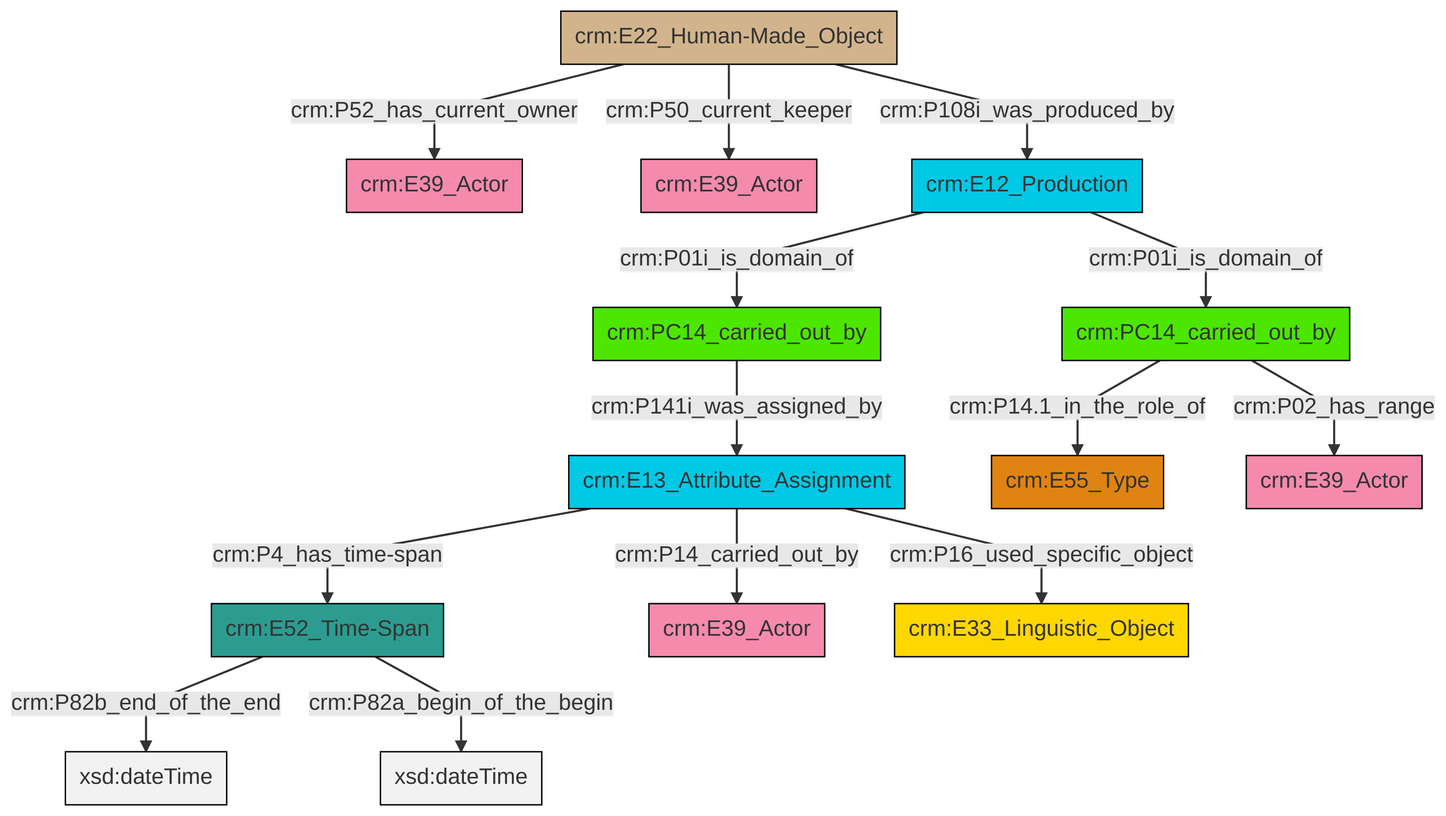
This is et/carrierCSV/ttl/mmd/png/carrier_relations.png from swiss-art-research-net/docs.swissartresearch, a Mermaid export, as it was before one commit. Its source is kept beside it as et/carrierCSV/ttl/mmd/carrier_relations.ttl.mmd.
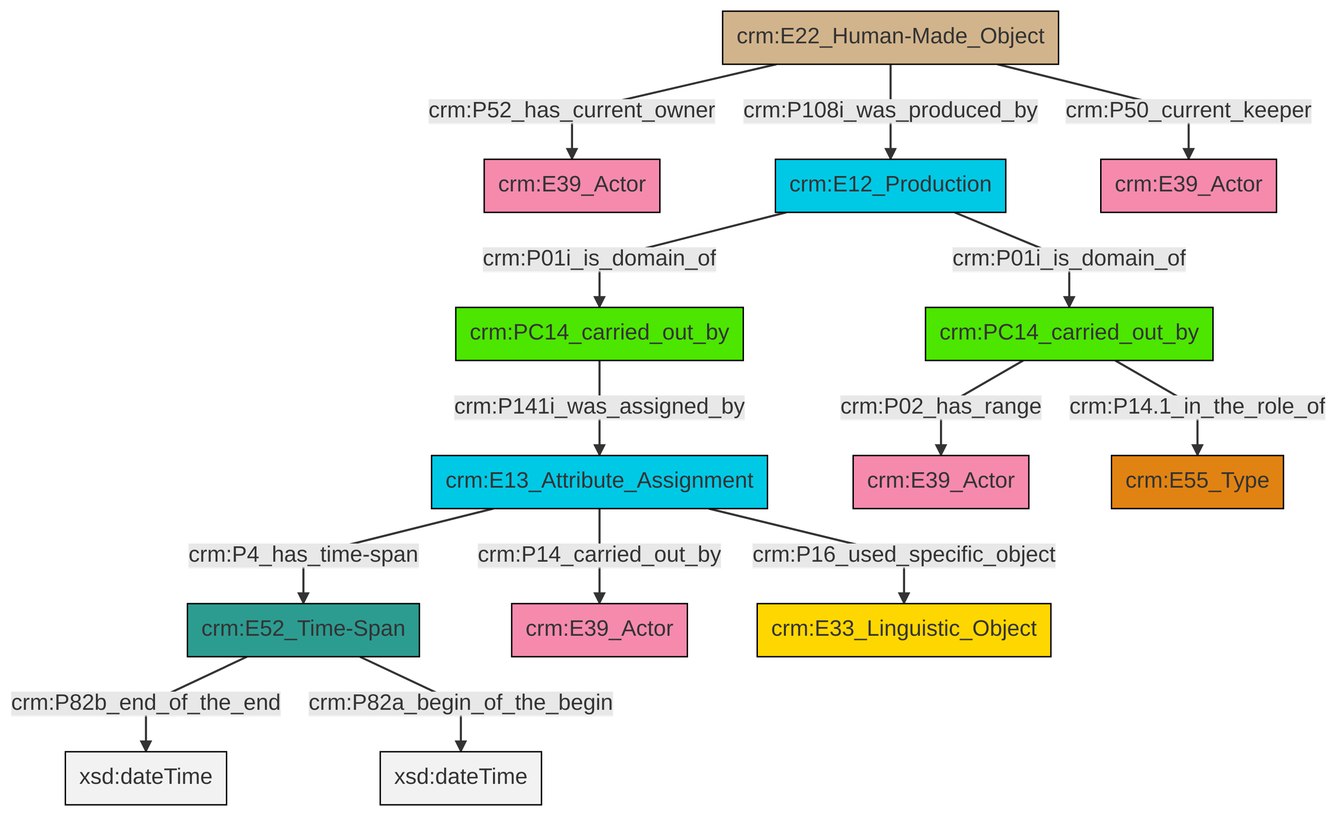
After the commit.

What changed in the source:
```diff
@@ -13,16 +13,16 @@
 classDef PC_Classes fill:#4ce600, stroke:#000000;
 classDef Multi fill:#cccccc,stroke:#000000;
 
-0["crm:E22_Human-Made_Object"]:::Physical_Thing -->|crm:P52_has_current_owner| 1["crm:E39_Actor"]:::Actor
-2["crm:E13_Attribute_Assignment"]:::Temporal_Entity -->|crm:P4_has_time-span| 3["crm:E52_Time-Span"]:::Time-Span
-4["crm:PC14_carried_out_by"]:::PC_Classes -->|crm:P14.1_in_the_role_of| 5["crm:E55_Type"]:::Type
-0["crm:E22_Human-Made_Object"]:::Physical_Thing -->|crm:P50_current_keeper| 7["crm:E39_Actor"]:::Actor
-11["crm:PC14_carried_out_by"]:::PC_Classes -->|crm:P141i_was_assigned_by| 2["crm:E13_Attribute_Assignment"]:::Temporal_Entity
-2["crm:E13_Attribute_Assignment"]:::Temporal_Entity -->|crm:P14_carried_out_by| 13["crm:E39_Actor"]:::Actor
-3["crm:E52_Time-Span"]:::Time-Span -->|crm:P82b_end_of_the_end| 16[xsd:dateTime]:::Literal
-3["crm:E52_Time-Span"]:::Time-Span -->|crm:P82a_begin_of_the_begin| 17[xsd:dateTime]:::Literal
-4["crm:PC14_carried_out_by"]:::PC_Classes -->|crm:P02_has_range| 9["crm:E39_Actor"]:::Actor
-20["crm:E12_Production"]:::Temporal_Entity -->|crm:P01i_is_domain_of| 4["crm:PC14_carried_out_by"]:::PC_Classes
-2["crm:E13_Attribute_Assignment"]:::Temporal_Entity -->|crm:P16_used_specific_object| 14["crm:E33_Linguistic_Object"]:::Conceptual_Object
-0["crm:E22_Human-Made_Object"]:::Physical_Thing -->|crm:P108i_was_produced_by| 20["crm:E12_Production"]:::Temporal_Entity
-20["crm:E12_Production"]:::Temporal_Entity -->|crm:P01i_is_domain_of| 11["crm:PC14_carried_out_by"]:::PC_Classes
+2["crm:PC14_carried_out_by"]:::PC_Classes -->|crm:P02_has_range| 3["crm:E39_Actor"]:::Actor
+8["crm:E13_Attribute_Assignment"]:::Temporal_Entity -->|crm:P4_has_time-span| 0["crm:E52_Time-Span"]:::Time-Span
+6["crm:E12_Production"]:::Temporal_Entity -->|crm:P01i_is_domain_of| 11["crm:PC14_carried_out_by"]:::PC_Classes
+15["crm:E22_Human-Made_Object"]:::Physical_Thing -->|crm:P52_has_current_owner| 9["crm:E39_Actor"]:::Actor
+8["crm:E13_Attribute_Assignment"]:::Temporal_Entity -->|crm:P14_carried_out_by| 16["crm:E39_Actor"]:::Actor
+6["crm:E12_Production"]:::Temporal_Entity -->|crm:P01i_is_domain_of| 2["crm:PC14_carried_out_by"]:::PC_Classes
+11["crm:PC14_carried_out_by"]:::PC_Classes -->|crm:P141i_was_assigned_by| 8["crm:E13_Attribute_Assignment"]:::Temporal_Entity
+8["crm:E13_Attribute_Assignment"]:::Temporal_Entity -->|crm:P16_used_specific_object| 13["crm:E33_Linguistic_Object"]:::Conceptual_Object
+0["crm:E52_Time-Span"]:::Time-Span -->|crm:P82b_end_of_the_end| 20[xsd:dateTime]:::Literal
+0["crm:E52_Time-Span"]:::Time-Span -->|crm:P82a_begin_of_the_begin| 23[xsd:dateTime]:::Literal
+15["crm:E22_Human-Made_Object"]:::Physical_Thing -->|crm:P108i_was_produced_by| 6["crm:E12_Production"]:::Temporal_Entity
+15["crm:E22_Human-Made_Object"]:::Physical_Thing -->|crm:P50_current_keeper| 4["crm:E39_Actor"]:::Actor
+2["crm:PC14_carried_out_by"]:::PC_Classes -->|crm:P14.1_in_the_role_of| 24["crm:E55_Type"]:::Type
```
